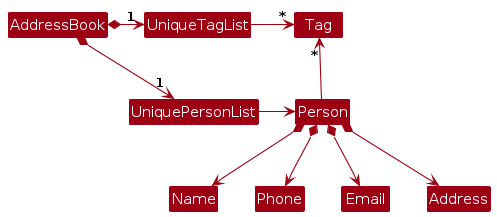
AY2627S1-CS2103T-F13-2/tp keeps this PlantUML diagram as diagrams/BetterModelClassDiagram.png. Above is the earlier version. Its source is kept beside it as diagrams/BetterModelClassDiagram.puml.
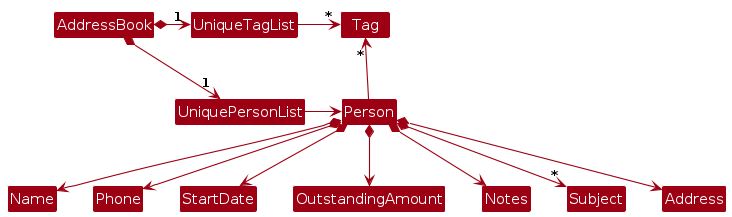
Above is the later version.

What changed in the source:
```diff
@@ -16,6 +16,9 @@
 
 Person *--> Name
 Person *--> Phone
-Person *--> Email
+Person *--> StartDate
+Person *--> OutstandingAmount
+Person *--> Notes
+Person *--> "*" Subject
 Person *--> Address
 @enduml
```
